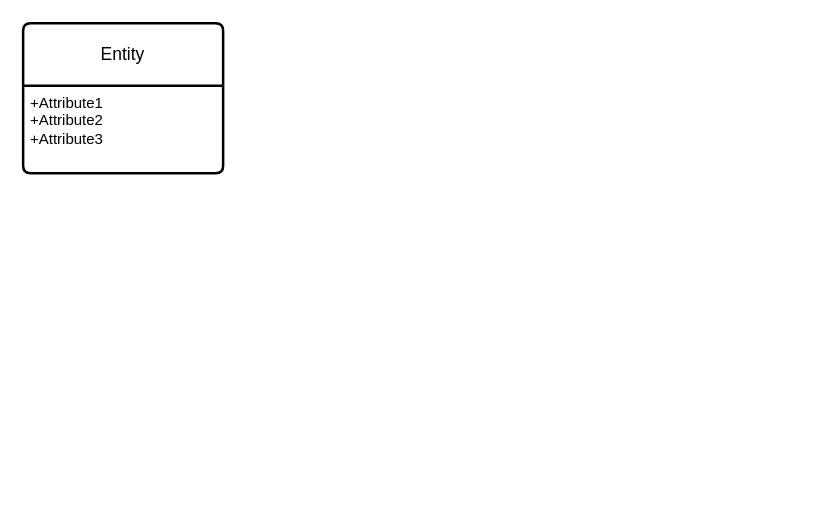
Before: Untitled Diagram.drawio in Jolsman01/BasededatosIFODA, a draw.io diagram. Source tidied: cells renumbered, new cells numbered last; positions are measured from the earlier drawing's top-left corner, leaving out a move shared by most shapes. Both pictures are drawn from the tidied source at 125%, with x=0, y=0 at pixel (22, 22).
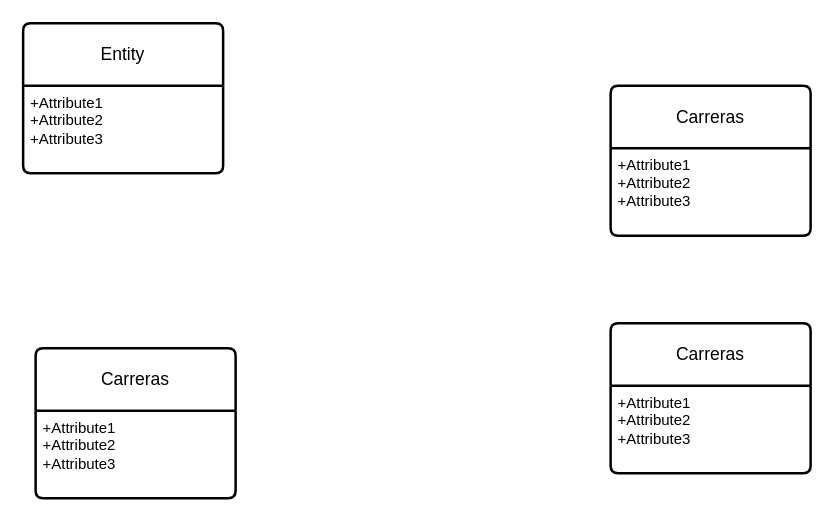
After the change.

The edit, as a diff of the source:
```diff
@@
 <mxGraphModel>
   <root>
     <mxCell id="0" />
     <mxCell id="1" parent="0" />
     <mxCell id="2" value="Entity" style="swimlane;horizontal=1;startSize=50;rounded=1;fontSize=14;fontStyle=0;strokeWidth=2;shadow=0;dashed=0;align=center;arcSize=4;whiteSpace=wrap;html=1;" parent="1" vertex="1">
       <mxGeometry width="160" height="120" as="geometry" />
     </mxCell>
     <mxCell id="3" value="+Attribute1&#10;+Attribute2&#10;+Attribute3" style="align=left;strokeColor=none;fillColor=none;spacingLeft=4;spacingRight=4;fontSize=12;verticalAlign=top;html=1;whiteSpace=wrap;" parent="2" vertex="1">
       <mxGeometry y="50" width="160" height="70" as="geometry" />
     </mxCell>
+    <mxCell id="4" value="Carreras" style="swimlane;horizontal=1;startSize=50;rounded=1;fontSize=14;fontStyle=0;strokeWidth=2;shadow=0;dashed=0;align=center;arcSize=4;whiteSpace=wrap;html=1;" parent="1" vertex="1">
+      <mxGeometry x="470" y="240" width="160" height="120" as="geometry" />
+    </mxCell>
+    <mxCell id="5" value="+Attribute1&#10;+Attribute2&#10;+Attribute3" style="align=left;strokeColor=none;fillColor=none;spacingLeft=4;spacingRight=4;fontSize=12;verticalAlign=top;html=1;whiteSpace=wrap;" parent="4" vertex="1">
+      <mxGeometry y="50" width="160" height="70" as="geometry" />
+    </mxCell>
+    <mxCell id="6" value="Carreras" style="swimlane;horizontal=1;startSize=50;rounded=1;fontSize=14;fontStyle=0;strokeWidth=2;shadow=0;dashed=0;align=center;arcSize=4;whiteSpace=wrap;html=1;" parent="1" vertex="1">
+      <mxGeometry x="10" y="260" width="160" height="120" as="geometry" />
+    </mxCell>
+    <mxCell id="7" value="+Attribute1&#10;+Attribute2&#10;+Attribute3" style="align=left;strokeColor=none;fillColor=none;spacingLeft=4;spacingRight=4;fontSize=12;verticalAlign=top;html=1;whiteSpace=wrap;" parent="6" vertex="1">
+      <mxGeometry y="50" width="160" height="70" as="geometry" />
+    </mxCell>
+    <mxCell id="8" value="Carreras" style="swimlane;horizontal=1;startSize=50;rounded=1;fontSize=14;fontStyle=0;strokeWidth=2;shadow=0;dashed=0;align=center;arcSize=4;whiteSpace=wrap;html=1;" parent="1" vertex="1">
+      <mxGeometry x="470" y="50" width="160" height="120" as="geometry" />
+    </mxCell>
+    <mxCell id="9" value="+Attribute1&#10;+Attribute2&#10;+Attribute3" style="align=left;strokeColor=none;fillColor=none;spacingLeft=4;spacingRight=4;fontSize=12;verticalAlign=top;html=1;whiteSpace=wrap;" parent="8" vertex="1">
+      <mxGeometry y="50" width="160" height="70" as="geometry" />
+    </mxCell>
   </root>
 </mxGraphModel>
```
